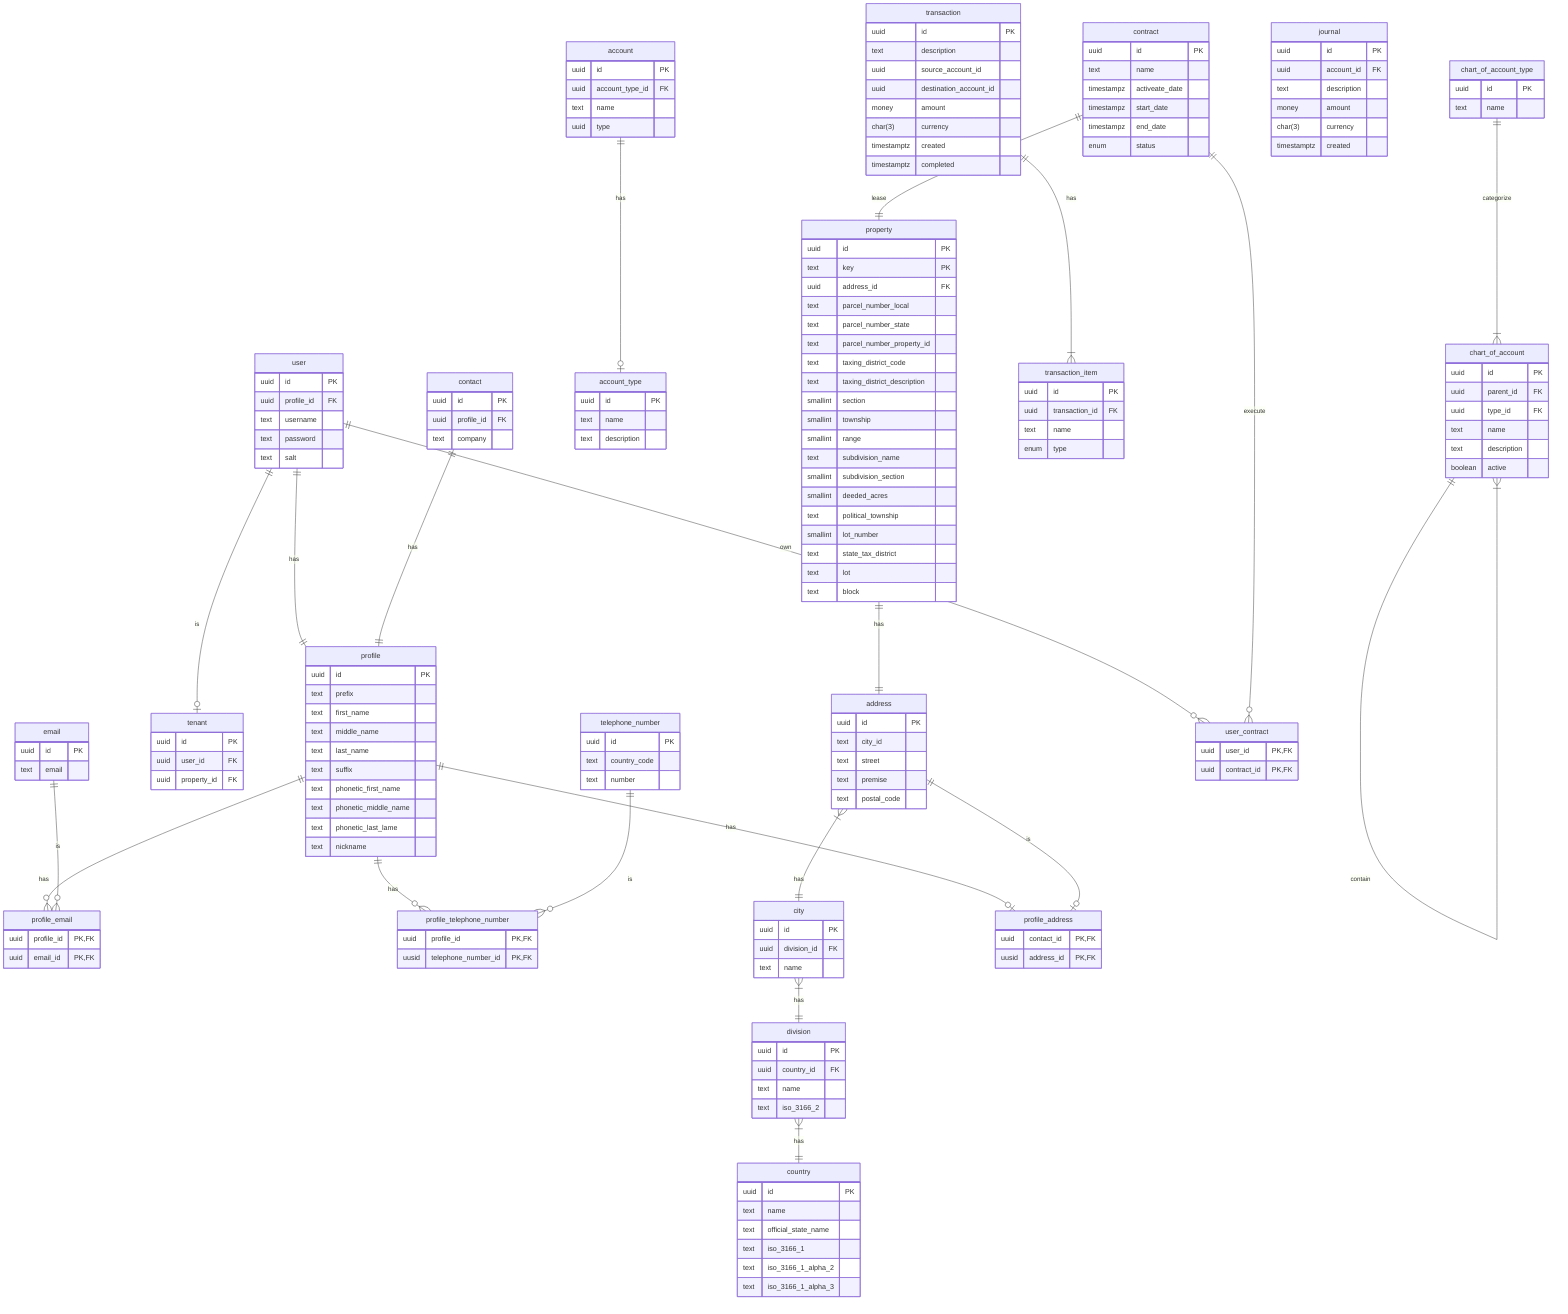
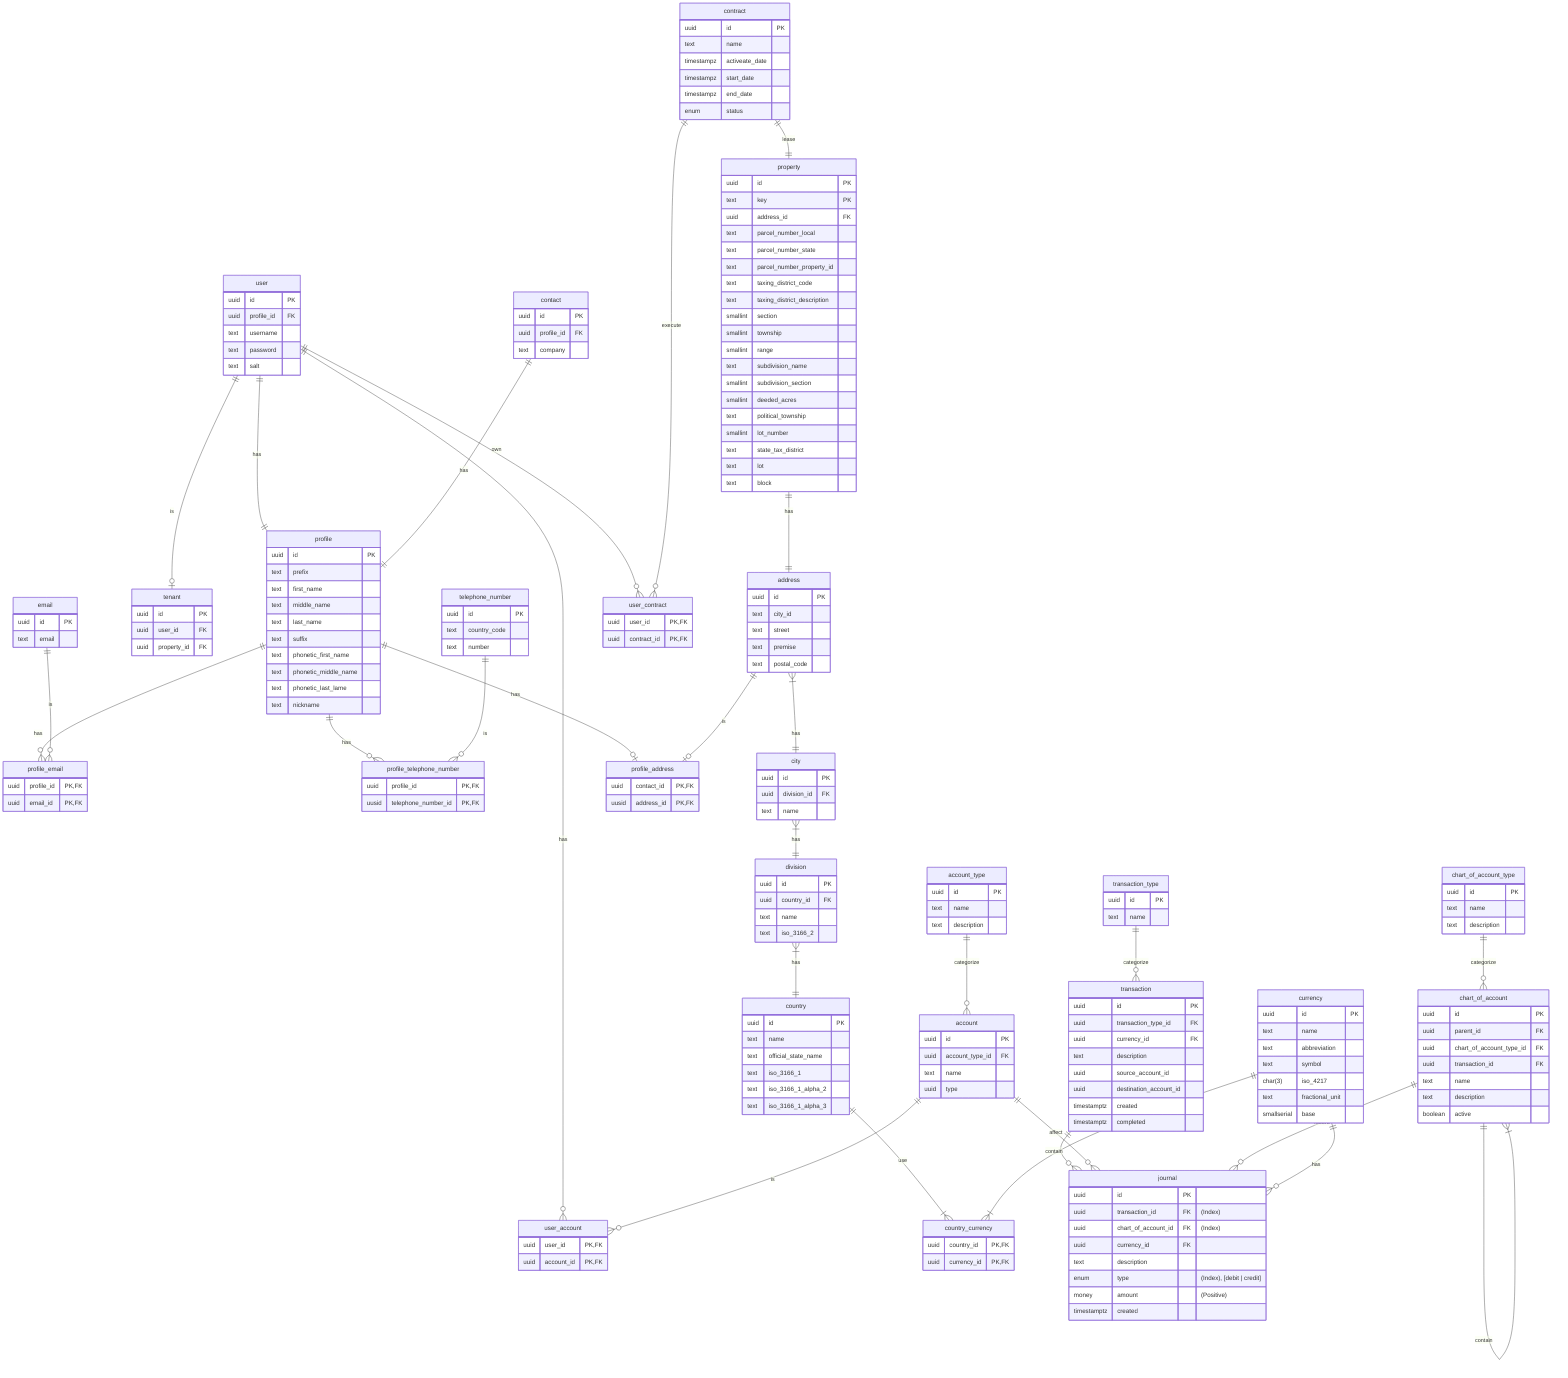
erDiagram
+ 
+     %%%%%%%%%%%%%
+     %% General %%
+     %%%%%%%%%%%%%
+ 
    %% User
    %% The user of the system
    user ||--|| profile : has
+     user ||--o{ user_account : has
    user ||--o| tenant : is
    user {
        uuid id PK
        uuid profile_id FK
        text username
        text password
        text salt
+     }
+ 
+     %% User Account
+     user_account {
+         uuid user_id PK,FK
+         uuid account_id PK,FK
    }

    %% Contact
    contact ||--|| profile : has
    contact {
        uuid id PK
        uuid profile_id FK
        text company
    }

    %% Profile
    profile {
        uuid id PK
        text prefix
        text first_name
        text middle_name
        text last_name
        text suffix
        text phonetic_first_name
        text phonetic_middle_name
        text phonetic_last_lame
        text nickname
    }

    %% Email
    email {
        uuid id PK
        text email
    }

    profile ||--o{ profile_email : has
    email ||--o{ profile_email : is
    profile_email {
        uuid profile_id PK,FK
        uuid email_id PK,FK
    }

    %% Telephone Number
    telephone_number {
        uuid id PK
        text country_code
        text number
    }

    profile ||--o{ profile_telephone_number : has
    telephone_number ||--o{ profile_telephone_number : is
    profile_telephone_number {
        uuid profile_id PK,FK
        uusid telephone_number_id PK,FK
    }

    %% Address
    address }|--|| city : has
    address {
        uuid id PK
        text city_id
        text street
        text premise
        text postal_code
    }

    profile ||--o| profile_address : has
    address ||--o| profile_address : is
    profile_address {
        uuid contact_id PK,FK
        uusid address_id PK,FK
    }

    %% City
    city }|--|| division : has
    city {
        uuid id PK
        uuid division_id FK
        text name
    }

    %% Division
    division }|--|| country : has
    division {
        uuid id PK
        uuid country_id FK
        text name
        text iso_3166_2
    }

    %% Country
+     country ||--|{ country_currency : use
    country {
        uuid id PK
        text name
        text official_state_name
        text iso_3166_1
        text iso_3166_1_alpha_2
        text iso_3166_1_alpha_3
    }

-     %% Account
-     account {
-         uuid id PK
-         uuid account_type_id FK
-         text name
-         uuid type
-     }
- 
-     account ||--o| account_type : has
-     account_type {
-         uuid id PK
-         text name
-         text description
-     }
- 
-     chart_of_account ||--|{ chart_of_account : contain
-     %% Chart of Account
-     %% Asset, Liability, Equity, Revenue, Expense, Other
-     chart_of_account {
-         uuid id PK
-         uuid parent_id FK
-         uuid type_id FK
-         text name
-         text description
-         boolean active
-     }
- 
-     chart_of_account_type ||--|{ chart_of_account : categorize
-     chart_of_account_type {
-         uuid id PK
-         text name
-     }
- 
    %% Transaction
+     transaction ||--o{ journal : contain
    transaction {
        uuid id PK
+         uuid transaction_type_id FK
+         uuid currency_id FK
        text description
        uuid source_account_id
        uuid destination_account_id
-         money amount
-         char(3) currency
        timestamptz created
        timestamptz completed
        %% money original_cost
        %% money tax
        %% money adjustment
        %% money discount
        %% enum tax_expense
    }

-     %% Journal
-     %% Chronological listing of business events using accounting
-     %% debit-and-credit language
-     %% Ledger
-     %% Copy of journal's events, sorted by category or account
-     journal {
-         uuid id PK
-         uuid account_id FK
-         text description
-         money amount
-         char(3) currency
-         timestamptz created
-     }
- 
-     %% Transaction Item
-     transaction ||--|{ transaction_item : has
-     transaction_item {
-         uuid id PK
-         uuid transaction_id FK
-         %% Category?
-         text name
-         enum type
+     %% Transaction Type
+     transaction_type ||--o{ transaction : categorize
+     transaction_type {
+         uuid id PK
+         text name
    }

    %% Tenant
    tenant {
        uuid id PK
        uuid user_id FK
        uuid property_id FK
    }

    %% Contract
    contract ||--|| property : lease
    contract {
        uuid id PK
        text name
        timestampz activeate_date
        timestampz start_date
        timestampz end_date
        enum status
    }

    %% User Contract
    user ||--o{ user_contract : own
    contract ||--o{ user_contract : execute
    user_contract {
        uuid user_id PK,FK
        uuid contract_id PK,FK
    }

    %% Property
    property ||--|| address : has
    property {
        uuid id PK
        text key PK
        uuid address_id FK
        text parcel_number_local
        text parcel_number_state
        text parcel_number_property_id
        text taxing_district_code
        text taxing_district_description
        smallint section
        smallint township
        smallint range
        text subdivision_name
        smallint subdivision_section
        smallint deeded_acres
        text political_township
        smallint lot_number
        text state_tax_district
        text lot
        text block
    }
+ 
+     %%%%%%%%%%%%%
+     %% Finance %%
+     %%%%%%%%%%%%%
+ 
+     %% Account
+     account ||--o{ user_account : is
+     account ||--o{ journal : affect
+     account {
+         uuid id PK
+         uuid account_type_id FK
+         text name
+         uuid type
+     }
+ 
+     account_type ||--o{ account : categorize
+     account_type {
+         uuid id PK
+         text name
+         text description
+     }
+ 
+     %% Chart of Account
+     %% Asset, Liability, Equity, Revenue, Expense, Other
+     chart_of_account ||--|{ chart_of_account : contain
+     chart_of_account ||--o{ journal : record
+     chart_of_account {
+         uuid id PK
+         uuid parent_id FK
+         uuid chart_of_account_type_id FK
+         uuid transaction_id FK
+         text name
+         text description
+         boolean active
+     }
+ 
+     %% Chart of Account Type
+     chart_of_account_type ||--o{ chart_of_account : categorize
+     chart_of_account_type {
+         uuid id PK
+         text name
+         text description
+     }
+ 
+     %% Journal
+     %% Chronological listing of business events using accounting
+     %% debit-and-credit language
+     %% Ledger
+     %% Copy of journal's events, sorted by category or account
+     journal {
+         uuid id PK
+         uuid transaction_id FK "(Index)"
+         uuid chart_of_account_id FK "(Index)"
+         uuid currency_id FK
+         text description
+         enum type "(Index), [debit | credit]"
+         money amount "(Positive)"
+         timestamptz created
+     }
+ 
+     %% Currency
+     currency ||--|{ country_currency : has
+     currency ||--o{ journal : has
+     currency {
+         uuid id PK
+         text name
+         text abbreviation
+         text symbol
+         char(3) iso_4217
+         text fractional_unit
+         smallserial base
+     }
+ 
+     country_currency {
+         uuid country_id PK,FK
+         uuid currency_id PK,FK
+     }
